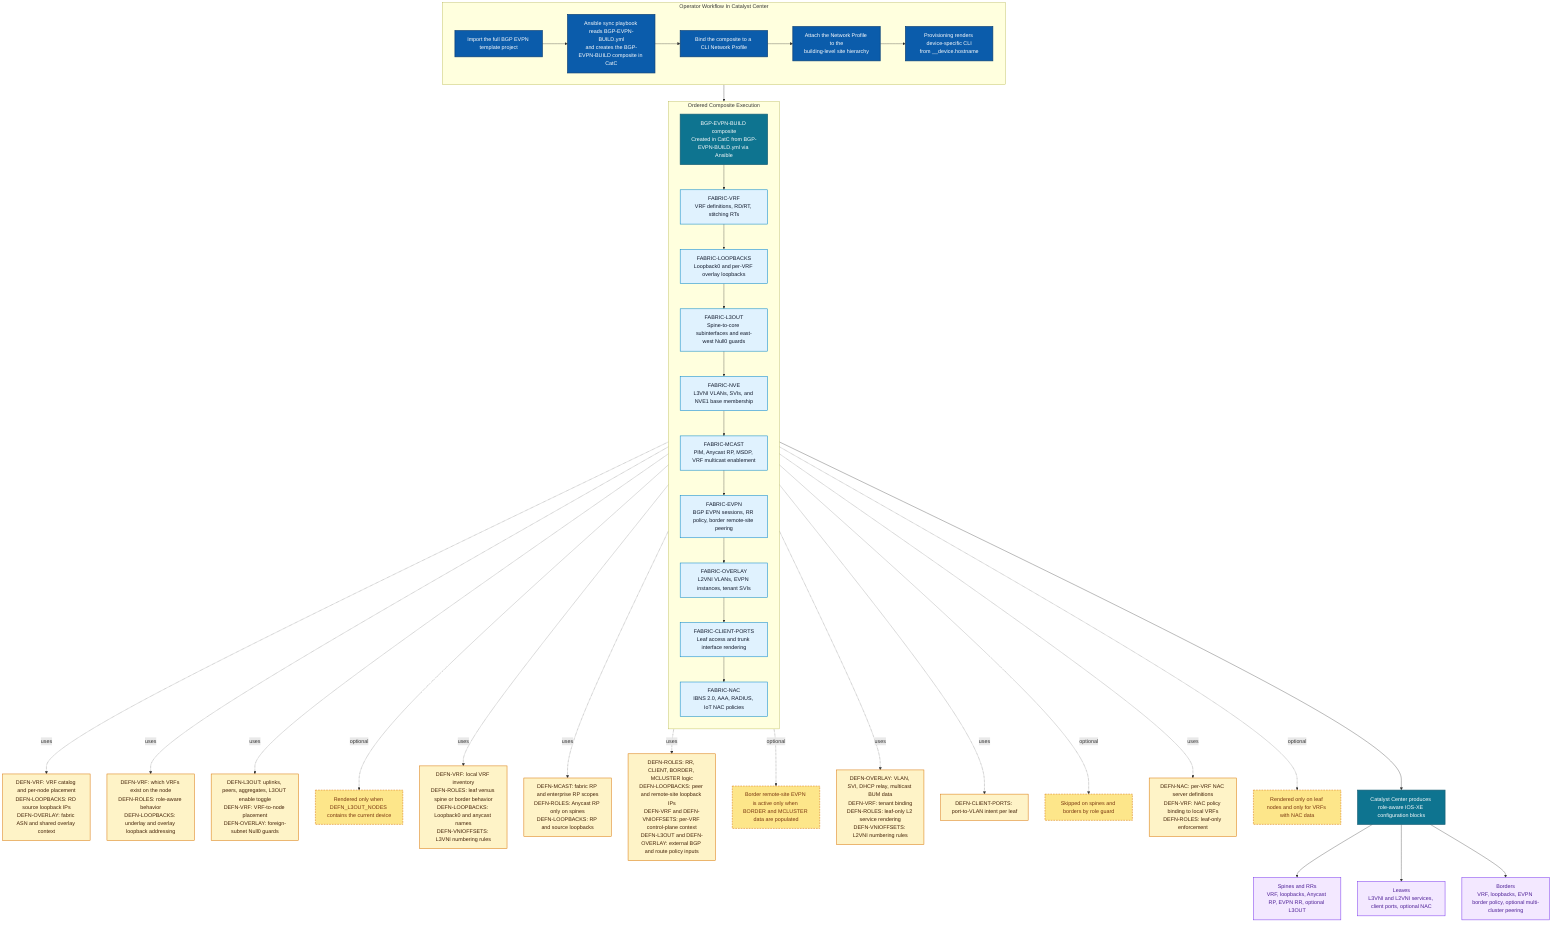
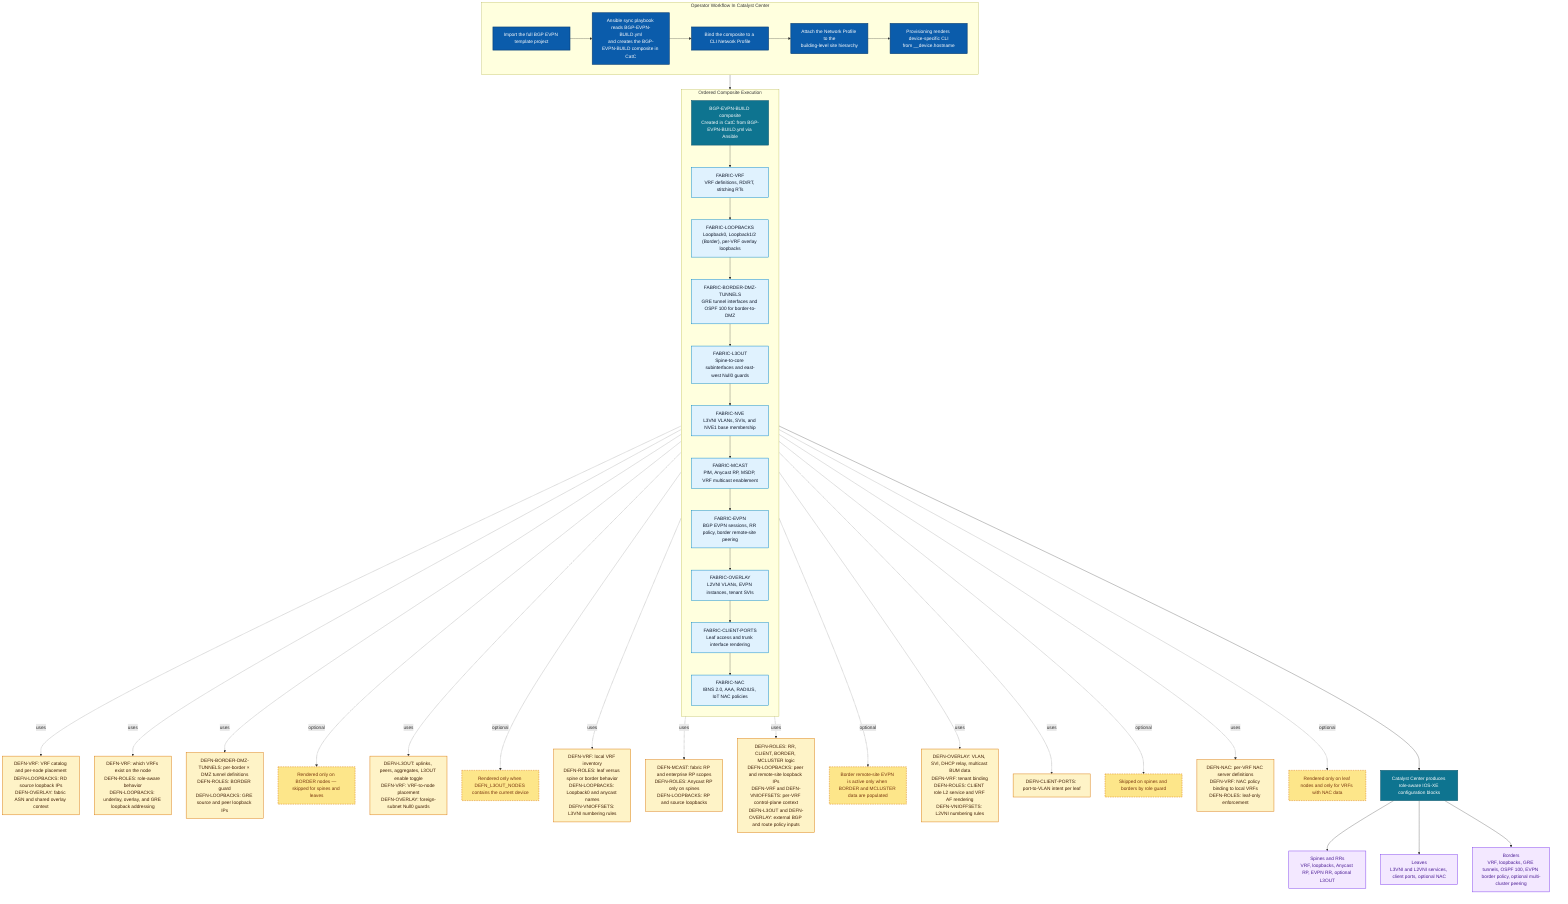
flowchart TB
  classDef orchestration fill:#0B5CAB,color:#FFFFFF,stroke:#083E75,stroke-width:2px;
  classDef composite fill:#0E7490,color:#FFFFFF,stroke:#155E75,stroke-width:2px;
  classDef fabric fill:#E0F2FE,color:#0F172A,stroke:#0284C7,stroke-width:1.5px;
  classDef support fill:#FEF3C7,color:#422006,stroke:#D97706,stroke-width:1.5px;
  classDef outcome fill:#F3E8FF,color:#4C1D95,stroke:#7C3AED,stroke-width:1.5px;
  classDef optional fill:#FDE68A,color:#78350F,stroke:#D97706,stroke-width:1.5px,stroke-dasharray: 5 3;

  subgraph operatorFlow["Operator Workflow In Catalyst Center"]
    direction LR
    op["Import the full BGP EVPN template project"]:::orchestration --> attach["Ansible sync playbook reads BGP-EVPN-BUILD.yml\nand creates the BGP-EVPN-BUILD composite in CatC"]:::orchestration
    attach --> profile["Bind the composite to a CLI Network Profile"]:::orchestration
    profile --> site["Attach the Network Profile to the\nbuilding-level site hierarchy"]:::orchestration
    site --> render["Provisioning renders device-specific CLI\nfrom __device.hostname"]:::orchestration
  end

  render --> build

  subgraph pipeline["Ordered Composite Execution"]
    direction TB
    build["BGP-EVPN-BUILD composite\nCreated in CatC from BGP-EVPN-BUILD.yml via Ansible"]:::composite
    vrf["FABRIC-VRF\nVRF definitions, RD/RT, stitching RTs"]:::fabric
-     loopbacks["FABRIC-LOOPBACKS\nLoopback0 and per-VRF overlay loopbacks"]:::fabric
+     loopbacks["FABRIC-LOOPBACKS\nLoopback0, Loopback1/2 (Border), per-VRF overlay loopbacks"]:::fabric
+     tunnels["FABRIC-BORDER-DMZ-TUNNELS\nGRE tunnel interfaces and OSPF 100 for border-to-DMZ"]:::fabric
    l3out["FABRIC-L3OUT\nSpine-to-core subinterfaces and east-west Null0 guards"]:::fabric
    nve["FABRIC-NVE\nL3VNI VLANs, SVIs, and NVE1 base membership"]:::fabric
    mcast["FABRIC-MCAST\nPIM, Anycast RP, MSDP, VRF multicast enablement"]:::fabric
    evpn["FABRIC-EVPN\nBGP EVPN sessions, RR policy, border remote-site peering"]:::fabric
    overlay["FABRIC-OVERLAY\nL2VNI VLANs, EVPN instances, tenant SVIs"]:::fabric
    ports["FABRIC-CLIENT-PORTS\nLeaf access and trunk interface rendering"]:::fabric
    nac["FABRIC-NAC\nIBNS 2.0, AAA, RADIUS, IoT NAC policies"]:::fabric

-     build --> vrf --> loopbacks --> l3out --> nve --> mcast --> evpn --> overlay --> ports --> nac
+     build --> vrf --> loopbacks --> tunnels --> l3out --> nve --> mcast --> evpn --> overlay --> ports --> nac
  end

  vrf -. uses .-> vrfDeps["DEFN-VRF: VRF catalog and per-node placement<br/>DEFN-LOOPBACKS: RD source loopback IPs<br/>DEFN-OVERLAY: fabric ASN and shared overlay context"]:::support

-   loopbacks -. uses .-> loopDeps["DEFN-VRF: which VRFs exist on the node<br/>DEFN-ROLES: role-aware behavior<br/>DEFN-LOOPBACKS: underlay and overlay loopback addressing"]:::support
+   loopbacks -. uses .-> loopDeps["DEFN-VRF: which VRFs exist on the node<br/>DEFN-ROLES: role-aware behavior<br/>DEFN-LOOPBACKS: underlay, overlay, and GRE loopback addressing"]:::support
+ 
+   tunnels -. uses .-> tunnelDeps["DEFN-BORDER-DMZ-TUNNELS: per-border × DMZ tunnel definitions<br/>DEFN-ROLES: BORDER guard<br/>DEFN-LOOPBACKS: GRE source and peer loopback IPs"]:::support
+   tunnels -. optional .-> tunnelOpt["Rendered only on BORDER nodes — skipped for spines and leaves"]:::optional

  l3out -. uses .-> l3outDeps["DEFN-L3OUT: uplinks, peers, aggregates, L3OUT enable toggle<br/>DEFN-VRF: VRF-to-node placement<br/>DEFN-OVERLAY: foreign-subnet Null0 guards"]:::support
  l3out -. optional .-> l3outOpt["Rendered only when DEFN_L3OUT_NODES contains the current device"]:::optional

  nve -. uses .-> nveDeps["DEFN-VRF: local VRF inventory<br/>DEFN-ROLES: leaf versus spine or border behavior<br/>DEFN-LOOPBACKS: Loopback0 and anycast names<br/>DEFN-VNIOFFSETS: L3VNI numbering rules"]:::support

  mcast -. uses .-> mcastDeps["DEFN-MCAST: fabric RP and enterprise RP scopes<br/>DEFN-ROLES: Anycast RP only on spines<br/>DEFN-LOOPBACKS: RP and source loopbacks"]:::support

  evpn -. uses .-> evpnDeps["DEFN-ROLES: RR, CLIENT, BORDER, MCLUSTER logic<br/>DEFN-LOOPBACKS: peer and remote-site loopback IPs<br/>DEFN-VRF and DEFN-VNIOFFSETS: per-VRF control-plane context<br/>DEFN-L3OUT and DEFN-OVERLAY: external BGP and route policy inputs"]:::support
  evpn -. optional .-> evpnOpt["Border remote-site EVPN is active only when BORDER and MCLUSTER data are populated"]:::optional

-   overlay -. uses .-> overlayDeps["DEFN-OVERLAY: VLAN, SVI, DHCP relay, multicast BUM data<br/>DEFN-VRF: tenant binding<br/>DEFN-ROLES: leaf-only L2 service rendering<br/>DEFN-VNIOFFSETS: L2VNI numbering rules"]:::support
+   overlay -. uses .-> overlayDeps["DEFN-OVERLAY: VLAN, SVI, DHCP relay, multicast BUM data<br/>DEFN-VRF: tenant binding<br/>DEFN-ROLES: CLIENT role L2 service and VRF AF rendering<br/>DEFN-VNIOFFSETS: L2VNI numbering rules"]:::support

  ports -. uses .-> portsDeps["DEFN-CLIENT-PORTS: port-to-VLAN intent per leaf"]:::support
  ports -. optional .-> portsOpt["Skipped on spines and borders by role guard"]:::optional

  nac -. uses .-> nacDeps["DEFN-NAC: per-VRF NAC server definitions<br/>DEFN-VRF: NAC policy binding to local VRFs<br/>DEFN-ROLES: leaf-only enforcement"]:::support
  nac -. optional .-> nacOpt["Rendered only on leaf nodes and only for VRFs with NAC data"]:::optional

  nac --> final["Catalyst Center produces role-aware IOS-XE configuration blocks"]:::composite
  final --> spineOut["Spines and RRs<br/>VRF, loopbacks, Anycast RP, EVPN RR, optional L3OUT"]:::outcome
  final --> leafOut["Leaves<br/>L3VNI and L2VNI services, client ports, optional NAC"]:::outcome
-   final --> borderOut["Borders<br/>VRF, loopbacks, EVPN border policy, optional multi-cluster peering"]:::outcome+   final --> borderOut["Borders<br/>VRF, loopbacks, GRE tunnels, OSPF 100, EVPN border policy, optional multi-cluster peering"]:::outcome